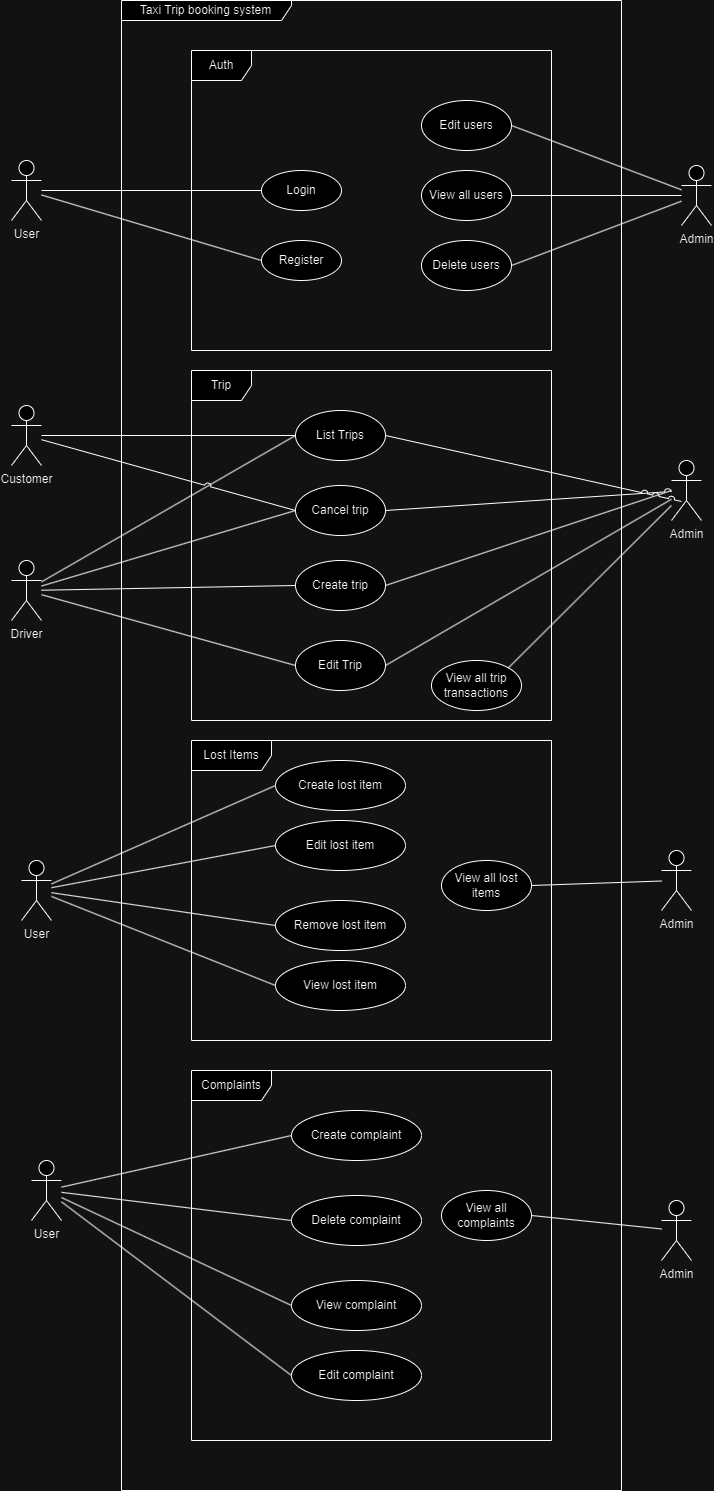
The draw.io diagram diagrams/Use-case.drawio.png in ShoailRafiq/CS103A2, before a commit. Source tidied: cells renumbered, new cells last; positions are measured from the earlier drawing's top-left corner, leaving out a move shared by most shapes. The source it was exported from:
```xml
<mxGraphModel>
  <root>
    <mxCell id="0" />
    <mxCell id="1" parent="0" />
    <mxCell id="2" value="Taxi Trip booking system" style="shape=umlFrame;whiteSpace=wrap;html=1;width=170;height=20;rounded=0;" parent="1" vertex="1">
      <mxGeometry x="110" width="500" height="1490" as="geometry" />
    </mxCell>
    <mxCell id="3" style="rounded=0;jettySize=auto;html=1;endArrow=none;endFill=0;jumpStyle=none;strokeColor=default;" parent="1" edge="1" source="4" target="5">
      <mxGeometry relative="1" as="geometry" />
    </mxCell>
    <mxCell id="4" value="User&lt;br&gt;" style="shape=umlActor;verticalLabelPosition=bottom;verticalAlign=top;html=1;rounded=0;" parent="1" vertex="1">
      <mxGeometry y="160" width="30" height="60" as="geometry" />
    </mxCell>
    <mxCell id="5" value="Login" style="ellipse;whiteSpace=wrap;html=1;rounded=0;" parent="1" vertex="1">
      <mxGeometry x="250" y="170" width="80" height="40" as="geometry" />
    </mxCell>
    <mxCell id="6" value="List Trips" style="ellipse;whiteSpace=wrap;html=1;rounded=0;" parent="1" vertex="1">
      <mxGeometry x="284" y="410" width="90" height="50" as="geometry" />
    </mxCell>
    <mxCell id="7" value="Register" style="ellipse;whiteSpace=wrap;html=1;rounded=0;" parent="1" vertex="1">
      <mxGeometry x="250" y="240" width="80" height="40" as="geometry" />
    </mxCell>
    <mxCell id="8" style="rounded=0;jettySize=auto;html=1;endArrow=none;endFill=0;jumpStyle=arc;strokeColor=default;entryX=0;entryY=0.5;entryDx=0;entryDy=0;" parent="1" edge="1" source="4" target="7">
      <mxGeometry relative="1" as="geometry" />
    </mxCell>
    <mxCell id="9" value="View all trip transactions" style="ellipse;whiteSpace=wrap;html=1;rounded=0;" parent="1" vertex="1">
      <mxGeometry x="420" y="660" width="90" height="50" as="geometry" />
    </mxCell>
    <mxCell id="10" value="Admin" style="shape=umlActor;verticalLabelPosition=bottom;verticalAlign=top;html=1;rounded=0;" parent="1" vertex="1">
      <mxGeometry x="670" y="165" width="30" height="60" as="geometry" />
    </mxCell>
    <mxCell id="11" style="rounded=0;jettySize=auto;html=1;endArrow=none;endFill=0;jumpStyle=arc;strokeColor=default;exitX=1;exitY=0;exitDx=0;exitDy=0;" parent="1" edge="1" source="9" target="37">
      <mxGeometry relative="1" as="geometry" />
    </mxCell>
    <mxCell id="12" value="View all users" style="ellipse;whiteSpace=wrap;html=1;rounded=0;" parent="1" vertex="1">
      <mxGeometry x="410" y="170" width="90" height="50" as="geometry" />
    </mxCell>
    <mxCell id="13" style="rounded=0;jettySize=auto;html=1;endArrow=none;endFill=0;jumpStyle=arc;strokeColor=default;exitX=1;exitY=0.5;exitDx=0;exitDy=0;" parent="1" edge="1" source="12" target="10">
      <mxGeometry relative="1" as="geometry" />
    </mxCell>
    <mxCell id="14" value="Cancel trip" style="ellipse;whiteSpace=wrap;html=1;rounded=0;" parent="1" vertex="1">
      <mxGeometry x="284" y="485" width="90" height="50" as="geometry" />
    </mxCell>
    <mxCell id="15" value="Create trip" style="ellipse;whiteSpace=wrap;html=1;rounded=0;" parent="1" vertex="1">
      <mxGeometry x="284" y="560" width="90" height="50" as="geometry" />
    </mxCell>
    <mxCell id="16" style="rounded=0;jettySize=auto;html=1;endArrow=none;endFill=0;jumpStyle=arc;strokeColor=default;entryX=0;entryY=0.5;entryDx=0;entryDy=0;" parent="1" edge="1" source="22" target="6">
      <mxGeometry relative="1" as="geometry" />
    </mxCell>
    <mxCell id="17" value="Trip" style="shape=umlFrame;whiteSpace=wrap;html=1;rounded=0;" parent="1" vertex="1">
      <mxGeometry x="180" y="370" width="360" height="350" as="geometry" />
    </mxCell>
    <mxCell id="18" style="edgeStyle=orthogonalEdgeStyle;orthogonalLoop=1;jettySize=auto;html=1;exitX=0.5;exitY=1;exitDx=0;exitDy=0;" parent="1" edge="1" source="15" target="15">
      <mxGeometry relative="1" as="geometry" />
    </mxCell>
    <mxCell id="19" style="rounded=0;jettySize=auto;html=1;endArrow=none;endFill=0;jumpStyle=arc;strokeColor=default;entryX=0;entryY=0.5;entryDx=0;entryDy=0;" parent="1" edge="1" source="21" target="14">
      <mxGeometry relative="1" as="geometry" />
    </mxCell>
    <mxCell id="20" style="rounded=0;jettySize=auto;html=1;endArrow=none;endFill=0;jumpStyle=arc;strokeColor=default;entryX=0;entryY=0.5;entryDx=0;entryDy=0;" parent="1" edge="1" source="22" target="15">
      <mxGeometry relative="1" as="geometry" />
    </mxCell>
    <mxCell id="21" value="Customer" style="shape=umlActor;verticalLabelPosition=bottom;verticalAlign=top;html=1;rounded=0;" parent="1" vertex="1">
      <mxGeometry y="405" width="30" height="60" as="geometry" />
    </mxCell>
    <mxCell id="22" value="Driver" style="shape=umlActor;verticalLabelPosition=bottom;verticalAlign=top;html=1;rounded=0;" parent="1" vertex="1">
      <mxGeometry y="560" width="30" height="60" as="geometry" />
    </mxCell>
    <mxCell id="23" style="rounded=0;jettySize=auto;html=1;endArrow=none;endFill=0;jumpStyle=arc;strokeColor=default;entryX=0;entryY=0.5;entryDx=0;entryDy=0;" parent="1" edge="1" source="22" target="14">
      <mxGeometry relative="1" as="geometry" />
    </mxCell>
    <mxCell id="24" style="rounded=0;jettySize=auto;html=1;endArrow=none;endFill=0;jumpStyle=arc;strokeColor=default;entryX=0;entryY=0.5;entryDx=0;entryDy=0;" parent="1" edge="1" source="21" target="6">
      <mxGeometry relative="1" as="geometry" />
    </mxCell>
    <mxCell id="25" value="Auth" style="shape=umlFrame;whiteSpace=wrap;html=1;rounded=0;" parent="1" vertex="1">
      <mxGeometry x="180" y="50" width="360" height="300" as="geometry" />
    </mxCell>
    <mxCell id="26" value="Delete users" style="ellipse;whiteSpace=wrap;html=1;rounded=0;" parent="1" vertex="1">
      <mxGeometry x="410" y="240" width="90" height="50" as="geometry" />
    </mxCell>
    <mxCell id="27" style="rounded=0;jettySize=auto;html=1;endArrow=none;endFill=0;jumpStyle=arc;strokeColor=default;exitX=1;exitY=0.5;exitDx=0;exitDy=0;" parent="1" edge="1" source="26" target="10">
      <mxGeometry relative="1" as="geometry" />
    </mxCell>
    <mxCell id="28" value="Lost Items" style="shape=umlFrame;whiteSpace=wrap;html=1;rounded=0;width=80;height=30;" parent="1" vertex="1">
      <mxGeometry x="180" y="740" width="360" height="300" as="geometry" />
    </mxCell>
    <mxCell id="29" value="User" style="shape=umlActor;verticalLabelPosition=bottom;verticalAlign=top;html=1;rounded=0;" parent="1" vertex="1">
      <mxGeometry x="10" y="860" width="30" height="60" as="geometry" />
    </mxCell>
    <mxCell id="30" value="Create lost item" style="ellipse;whiteSpace=wrap;html=1;rounded=0;" parent="1" vertex="1">
      <mxGeometry x="264" y="760" width="130" height="50" as="geometry" />
    </mxCell>
    <mxCell id="31" value="Remove lost item" style="ellipse;whiteSpace=wrap;html=1;rounded=0;" parent="1" vertex="1">
      <mxGeometry x="264" y="900" width="130" height="50" as="geometry" />
    </mxCell>
    <mxCell id="32" value="View lost item" style="ellipse;whiteSpace=wrap;html=1;rounded=0;" parent="1" vertex="1">
      <mxGeometry x="264" y="960" width="130" height="50" as="geometry" />
    </mxCell>
    <mxCell id="33" style="rounded=0;jettySize=auto;html=1;endArrow=none;endFill=0;jumpStyle=arc;strokeColor=default;entryX=0;entryY=0.5;entryDx=0;entryDy=0;" parent="1" edge="1" source="29" target="30">
      <mxGeometry relative="1" as="geometry" />
    </mxCell>
    <mxCell id="34" style="rounded=0;jettySize=auto;html=1;endArrow=none;endFill=0;jumpStyle=arc;strokeColor=default;entryX=0;entryY=0.5;entryDx=0;entryDy=0;" parent="1" edge="1" source="29" target="31">
      <mxGeometry relative="1" as="geometry" />
    </mxCell>
    <mxCell id="35" style="rounded=0;jettySize=auto;html=1;endArrow=none;endFill=0;jumpStyle=arc;strokeColor=default;entryX=0;entryY=0.5;entryDx=0;entryDy=0;" parent="1" edge="1" source="29" target="32">
      <mxGeometry relative="1" as="geometry" />
    </mxCell>
    <mxCell id="36" value="View all lost items" style="ellipse;whiteSpace=wrap;html=1;rounded=0;" parent="1" vertex="1">
      <mxGeometry x="430" y="860" width="90" height="50" as="geometry" />
    </mxCell>
    <mxCell id="37" value="Admin" style="shape=umlActor;verticalLabelPosition=bottom;verticalAlign=top;html=1;rounded=0;" parent="1" vertex="1">
      <mxGeometry x="660" y="460" width="30" height="60" as="geometry" />
    </mxCell>
    <mxCell id="38" value="Admin" style="shape=umlActor;verticalLabelPosition=bottom;verticalAlign=top;html=1;rounded=0;" parent="1" vertex="1">
      <mxGeometry x="650" y="850" width="30" height="60" as="geometry" />
    </mxCell>
    <mxCell id="39" style="rounded=0;jettySize=auto;html=1;endArrow=none;endFill=0;jumpStyle=arc;strokeColor=default;exitX=1;exitY=0.5;exitDx=0;exitDy=0;" parent="1" edge="1" source="36" target="38">
      <mxGeometry relative="1" as="geometry" />
    </mxCell>
    <mxCell id="40" value="Complaints" style="shape=umlFrame;whiteSpace=wrap;html=1;rounded=0;width=80;height=30;" parent="1" vertex="1">
      <mxGeometry x="180" y="1070" width="360" height="370" as="geometry" />
    </mxCell>
    <mxCell id="41" value="Create complaint" style="ellipse;whiteSpace=wrap;html=1;rounded=0;" parent="1" vertex="1">
      <mxGeometry x="280" y="1110" width="130" height="50" as="geometry" />
    </mxCell>
    <mxCell id="42" value="Delete complaint" style="ellipse;whiteSpace=wrap;html=1;rounded=0;" parent="1" vertex="1">
      <mxGeometry x="280" y="1195" width="130" height="50" as="geometry" />
    </mxCell>
    <mxCell id="43" value="View complaint" style="ellipse;whiteSpace=wrap;html=1;rounded=0;" parent="1" vertex="1">
      <mxGeometry x="280" y="1280" width="130" height="50" as="geometry" />
    </mxCell>
    <mxCell id="44" value="User" style="shape=umlActor;verticalLabelPosition=bottom;verticalAlign=top;html=1;rounded=0;" parent="1" vertex="1">
      <mxGeometry x="20" y="1160" width="30" height="60" as="geometry" />
    </mxCell>
    <mxCell id="45" style="rounded=0;jettySize=auto;html=1;endArrow=none;endFill=0;jumpStyle=arc;strokeColor=default;entryX=0;entryY=0.5;entryDx=0;entryDy=0;" parent="1" edge="1" source="44" target="43">
      <mxGeometry relative="1" as="geometry" />
    </mxCell>
    <mxCell id="46" style="rounded=0;jettySize=auto;html=1;endArrow=none;endFill=0;jumpStyle=arc;strokeColor=default;entryX=0;entryY=0.5;entryDx=0;entryDy=0;" parent="1" edge="1" source="44" target="42">
      <mxGeometry relative="1" as="geometry" />
    </mxCell>
    <mxCell id="47" style="rounded=0;jettySize=auto;html=1;endArrow=none;endFill=0;jumpStyle=arc;strokeColor=default;entryX=0;entryY=0.5;entryDx=0;entryDy=0;" parent="1" edge="1" source="44" target="41">
      <mxGeometry relative="1" as="geometry" />
    </mxCell>
    <mxCell id="48" value="Admin" style="shape=umlActor;verticalLabelPosition=bottom;verticalAlign=top;html=1;rounded=0;" parent="1" vertex="1">
      <mxGeometry x="650" y="1200" width="30" height="60" as="geometry" />
    </mxCell>
    <mxCell id="49" value="View all complaints" style="ellipse;whiteSpace=wrap;html=1;rounded=0;" parent="1" vertex="1">
      <mxGeometry x="430" y="1190" width="90" height="50" as="geometry" />
    </mxCell>
    <mxCell id="50" style="rounded=0;jettySize=auto;html=1;endArrow=none;endFill=0;jumpStyle=arc;strokeColor=default;exitX=1;exitY=0.5;exitDx=0;exitDy=0;" parent="1" edge="1" source="49" target="48">
      <mxGeometry relative="1" as="geometry" />
    </mxCell>
    <mxCell id="51" value="Edit users" style="ellipse;whiteSpace=wrap;html=1;rounded=0;" parent="1" vertex="1">
      <mxGeometry x="410" y="100" width="90" height="50" as="geometry" />
    </mxCell>
    <mxCell id="52" style="rounded=0;jettySize=auto;html=1;endArrow=none;endFill=0;jumpStyle=arc;strokeColor=default;exitX=1;exitY=0.5;exitDx=0;exitDy=0;" parent="1" edge="1" source="51" target="10">
      <mxGeometry relative="1" as="geometry" />
    </mxCell>
    <mxCell id="53" value="Edit Trip" style="ellipse;whiteSpace=wrap;html=1;rounded=0;" parent="1" vertex="1">
      <mxGeometry x="284" y="640" width="90" height="50" as="geometry" />
    </mxCell>
    <mxCell id="54" style="rounded=0;jettySize=auto;html=1;endArrow=none;endFill=0;jumpStyle=arc;strokeColor=default;entryX=0;entryY=0.5;entryDx=0;entryDy=0;" parent="1" edge="1" source="22" target="53">
      <mxGeometry relative="1" as="geometry" />
    </mxCell>
    <mxCell id="55" style="rounded=0;jettySize=auto;html=1;endArrow=none;endFill=0;jumpStyle=arc;strokeColor=default;exitX=1;exitY=0.5;exitDx=0;exitDy=0;" parent="1" edge="1" source="15">
      <mxGeometry relative="1" as="geometry">
        <mxPoint x="660" y="490" as="targetPoint" />
      </mxGeometry>
    </mxCell>
    <mxCell id="56" style="rounded=0;jettySize=auto;html=1;endArrow=none;endFill=0;jumpStyle=arc;strokeColor=default;exitX=1;exitY=0.5;exitDx=0;exitDy=0;" parent="1" edge="1" source="53" target="37">
      <mxGeometry relative="1" as="geometry" />
    </mxCell>
    <mxCell id="57" style="rounded=0;jettySize=auto;html=1;endArrow=none;endFill=0;jumpStyle=arc;strokeColor=default;exitX=1;exitY=0.5;exitDx=0;exitDy=0;" parent="1" edge="1" source="14" target="37">
      <mxGeometry relative="1" as="geometry" />
    </mxCell>
    <mxCell id="58" style="rounded=0;jettySize=auto;html=1;endArrow=none;endFill=0;jumpStyle=arc;strokeColor=default;exitX=1;exitY=0.5;exitDx=0;exitDy=0;" parent="1" edge="1" source="6">
      <mxGeometry relative="1" as="geometry">
        <mxPoint x="670" y="501" as="targetPoint" />
      </mxGeometry>
    </mxCell>
    <mxCell id="59" value="Edit lost item" style="ellipse;whiteSpace=wrap;html=1;rounded=0;" parent="1" vertex="1">
      <mxGeometry x="264" y="820" width="130" height="50" as="geometry" />
    </mxCell>
    <mxCell id="60" style="rounded=0;jettySize=auto;html=1;endArrow=none;endFill=0;jumpStyle=arc;strokeColor=default;entryX=0;entryY=0.5;entryDx=0;entryDy=0;" parent="1" edge="1" source="29" target="59">
      <mxGeometry relative="1" as="geometry" />
    </mxCell>
    <mxCell id="61" value="Edit complaint" style="ellipse;whiteSpace=wrap;html=1;rounded=0;" parent="1" vertex="1">
      <mxGeometry x="280" y="1350" width="130" height="50" as="geometry" />
    </mxCell>
    <mxCell id="62" style="rounded=0;jettySize=auto;html=1;endArrow=none;endFill=0;jumpStyle=arc;strokeColor=default;entryX=0;entryY=0.5;entryDx=0;entryDy=0;" parent="1" edge="1" source="44" target="61">
      <mxGeometry relative="1" as="geometry" />
    </mxCell>
  </root>
</mxGraphModel>
```
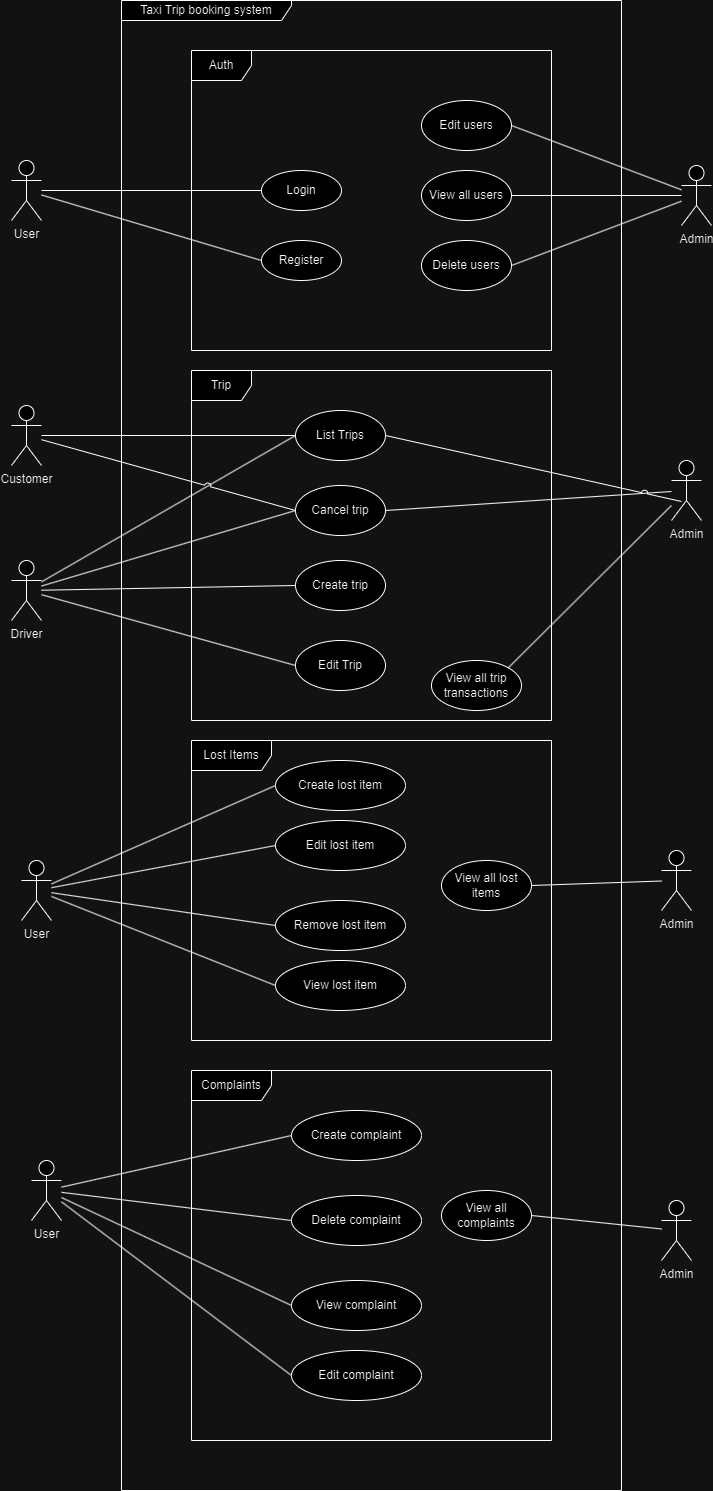
Later version of the same file.

Commit message:
Updated diagrams, README, and project structure doc

Diff of the diagram source:
```diff
@@ -161,14 +161,6 @@
     <mxCell id="54" style="rounded=0;jettySize=auto;html=1;endArrow=none;endFill=0;jumpStyle=arc;strokeColor=default;entryX=0;entryY=0.5;entryDx=0;entryDy=0;" parent="1" edge="1" source="22" target="53">
       <mxGeometry relative="1" as="geometry" />
     </mxCell>
-    <mxCell id="55" style="rounded=0;jettySize=auto;html=1;endArrow=none;endFill=0;jumpStyle=arc;strokeColor=default;exitX=1;exitY=0.5;exitDx=0;exitDy=0;" parent="1" edge="1" source="15">
-      <mxGeometry relative="1" as="geometry">
-        <mxPoint x="660" y="490" as="targetPoint" />
-      </mxGeometry>
-    </mxCell>
-    <mxCell id="56" style="rounded=0;jettySize=auto;html=1;endArrow=none;endFill=0;jumpStyle=arc;strokeColor=default;exitX=1;exitY=0.5;exitDx=0;exitDy=0;" parent="1" edge="1" source="53" target="37">
-      <mxGeometry relative="1" as="geometry" />
-    </mxCell>
     <mxCell id="57" style="rounded=0;jettySize=auto;html=1;endArrow=none;endFill=0;jumpStyle=arc;strokeColor=default;exitX=1;exitY=0.5;exitDx=0;exitDy=0;" parent="1" edge="1" source="14" target="37">
       <mxGeometry relative="1" as="geometry" />
     </mxCell>
```
